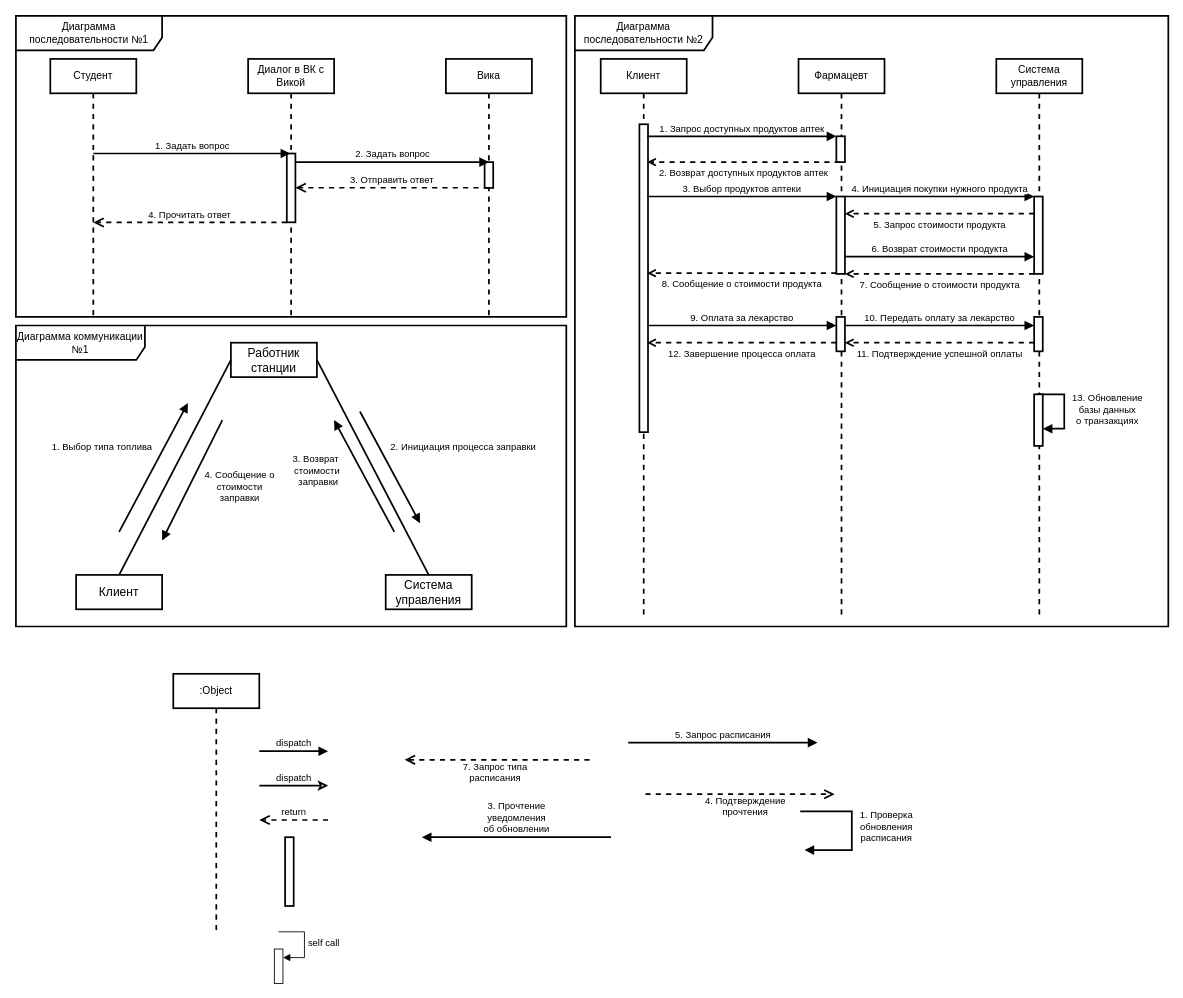
Above: page "Page-2" (2 of 3) of 1.drawio in Helpmepleaseitishard/Aikms (draw.io), before the change. Source tidied: cells renumbered, new cells numbered last; positions are measured from the earlier drawing's top-left corner, leaving out a move shared by most shapes. Both pictures are drawn from the tidied source at 86%, with x=0, y=0 at pixel (15, 15).
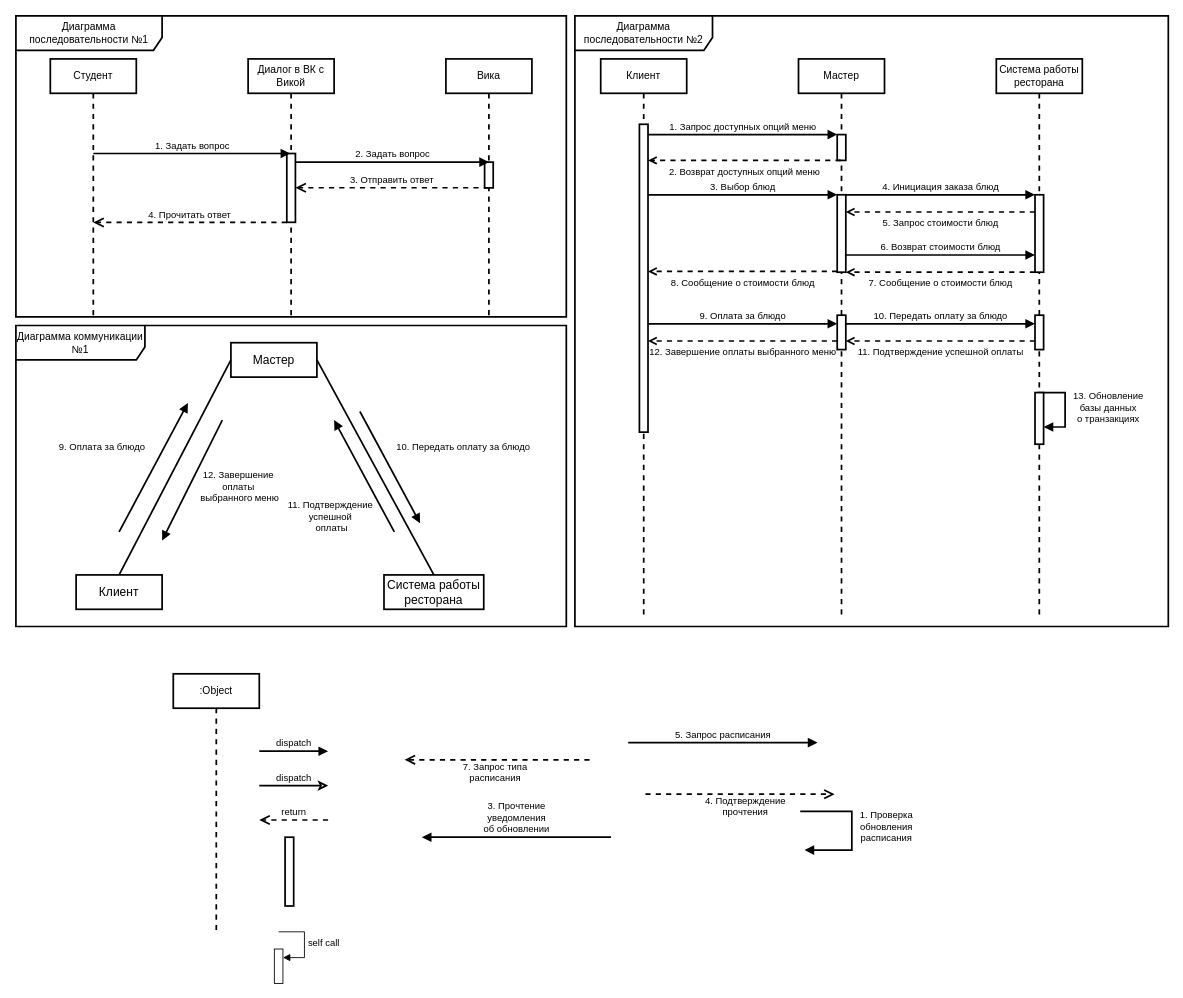
The same page after the edit.

Diff of the diagram source:
```diff
@@
+    <mxCell id="27" value="Система работы ресторана" style="shape=umlLifeline;perimeter=lifelinePerimeter;whiteSpace=wrap;html=1;newEdgeStyle={&quot;curved&quot;:0,&quot;rounded&quot;:0};strokeWidth=2;" parent="1" vertex="1">
+      <mxGeometry x="1140" y="50" width="100" height="650" as="geometry" />
+    </mxCell>
@@
-    <mxCell id="26" value="Фармацевт" style="shape=umlLifeline;perimeter=lifelinePerimeter;whiteSpace=wrap;html=1;newEdgeStyle={&quot;curved&quot;:0,&quot;rounded&quot;:0};strokeWidth=2;" parent="1" vertex="1">
+    <mxCell id="26" value="Мастер" style="shape=umlLifeline;perimeter=lifelinePerimeter;whiteSpace=wrap;html=1;newEdgeStyle={&quot;curved&quot;:0,&quot;rounded&quot;:0};strokeWidth=2;" parent="1" vertex="1">
       <mxGeometry x="910" y="50" width="100" height="650" as="geometry" />
     </mxCell>
-    <mxCell id="27" value="Система управления" style="shape=umlLifeline;perimeter=lifelinePerimeter;whiteSpace=wrap;html=1;newEdgeStyle={&quot;curved&quot;:0,&quot;rounded&quot;:0};strokeWidth=2;" parent="1" vertex="1">
-      <mxGeometry x="1140" y="50" width="100" height="650" as="geometry" />
-    </mxCell>
+    <mxCell id="58" style="html=1;perimeter=orthogonalPerimeter;targetShapes=umlLifeline;newEdgeStyle={&quot;curved&quot;:0,&quot;rounded&quot;:0};strokeWidth=2;" parent="26" vertex="1">
+      <mxGeometry x="45" y="88" width="10" height="30" as="geometry" />
+    </mxCell>
+    <mxCell id="40" value="13. Обновление &lt;br&gt;базы данных &lt;br&gt;о транзакциях" style="html=1;verticalAlign=bottom;endArrow=block;curved=0;rounded=0;strokeWidth=2;exitX=1;exitY=0;exitDx=0;exitDy=5;exitPerimeter=0;" parent="26" edge="1" source="59" target="59">
+      <mxGeometry x="0.51" y="-50" relative="1" as="geometry">
+        <Array as="points">
+          <mxPoint x="280" y="388" />
+          <mxPoint x="290" y="388" />
+          <mxPoint x="300" y="388" />
+          <mxPoint x="310" y="388" />
+          <mxPoint x="310" y="428" />
+        </Array>
+        <mxPoint x="50" y="50" as="offset" />
+      </mxGeometry>
+    </mxCell>
+    <mxCell id="59" style="html=1;points=[[0,0,0,0,5],[0,1,0,0,-5],[1,0,0,0,5],[1,1,0,0,-5]];perimeter=orthogonalPerimeter;outlineConnect=0;targetShapes=umlLifeline;portConstraint=eastwest;newEdgeStyle={&quot;curved&quot;:0,&quot;rounded&quot;:0};strokeWidth=2;" parent="26" vertex="1">
+      <mxGeometry x="275" y="388" width="10" height="60" as="geometry" />
+    </mxCell>
+    <mxCell id="60" style="html=1;points=[[0,0,0,0,5],[0,1,0,0,-5],[1,0,0,0,5],[1,1,0,0,-5]];perimeter=orthogonalPerimeter;outlineConnect=0;targetShapes=umlLifeline;portConstraint=eastwest;newEdgeStyle={&quot;curved&quot;:0,&quot;rounded&quot;:0};strokeWidth=2;" parent="26" vertex="1">
+      <mxGeometry x="45" y="298" width="10" height="40" as="geometry" />
+    </mxCell>
+    <mxCell id="61" style="html=1;points=[[0,0,0,0,5],[0,1,0,0,-5],[1,0,0,0,5],[1,1,0,0,-5]];perimeter=orthogonalPerimeter;outlineConnect=0;targetShapes=umlLifeline;portConstraint=eastwest;newEdgeStyle={&quot;curved&quot;:0,&quot;rounded&quot;:0};strokeWidth=2;" parent="26" vertex="1">
+      <mxGeometry x="275" y="298" width="10" height="40" as="geometry" />
+    </mxCell>
+    <mxCell id="62" value="9. Оплата за блюдо" style="html=1;verticalAlign=bottom;endArrow=block;curved=0;rounded=0;strokeWidth=2;" parent="26" edge="1" target="60">
+      <mxGeometry relative="1" as="geometry">
+        <mxPoint x="-175" y="308" as="sourcePoint" />
+        <Array as="points">
+          <mxPoint x="-70" y="308" />
+        </Array>
+      </mxGeometry>
+    </mxCell>
+    <mxCell id="45" value="11. Подтверждение успешной оплаты" style="html=1;verticalAlign=top;endArrow=open;curved=0;rounded=0;strokeWidth=2;dashed=1;endFill=0;" parent="26" edge="1">
+      <mxGeometry relative="1" as="geometry">
+        <mxPoint x="275" y="328" as="sourcePoint" />
+        <mxPoint x="55" y="328" as="targetPoint" />
+      </mxGeometry>
+    </mxCell>
+    <mxCell id="63" value="12. Завершение оплаты выбранного меню" style="html=1;verticalAlign=top;endArrow=open;curved=0;rounded=0;strokeWidth=2;dashed=1;endFill=0;" parent="26" edge="1" source="60">
+      <mxGeometry relative="1" as="geometry">
+        <mxPoint x="-175" y="328" as="targetPoint" />
+        <Array as="points">
+          <mxPoint x="-20" y="328" />
+        </Array>
+      </mxGeometry>
+    </mxCell>
+    <mxCell id="64" value="10. Передать оплату за блюдо" style="html=1;verticalAlign=bottom;endArrow=block;curved=0;rounded=0;strokeWidth=2;" parent="26" edge="1" source="60" target="61">
+      <mxGeometry relative="1" as="geometry">
+        <Array as="points">
+          <mxPoint x="155" y="308" />
+        </Array>
+      </mxGeometry>
+    </mxCell>
+    <mxCell id="65" style="html=1;points=[[0,0,0,0,5],[0,1,0,0,-5],[1,0,0,0,5],[1,1,0,0,-5]];perimeter=orthogonalPerimeter;outlineConnect=0;targetShapes=umlLifeline;portConstraint=eastwest;newEdgeStyle={&quot;curved&quot;:0,&quot;rounded&quot;:0};strokeWidth=2;" parent="26" vertex="1">
+      <mxGeometry x="45" y="158" width="10" height="90" as="geometry" />
+    </mxCell>
+    <mxCell id="66" style="html=1;points=[[0,0,0,0,5],[0,1,0,0,-5],[1,0,0,0,5],[1,1,0,0,-5]];perimeter=orthogonalPerimeter;outlineConnect=0;targetShapes=umlLifeline;portConstraint=eastwest;newEdgeStyle={&quot;curved&quot;:0,&quot;rounded&quot;:0};strokeWidth=2;" parent="26" vertex="1">
+      <mxGeometry x="275" y="158" width="10" height="90" as="geometry" />
+    </mxCell>
+    <mxCell id="67" value="5. Запрос стоимости блюд" style="html=1;verticalAlign=top;endArrow=open;curved=0;rounded=0;strokeWidth=2;dashed=1;endFill=0;" parent="26" edge="1" source="66" target="65">
+      <mxGeometry relative="1" as="geometry">
+        <Array as="points">
+          <mxPoint x="160" y="178" />
+        </Array>
+      </mxGeometry>
+    </mxCell>
+    <mxCell id="68" value="6. Возврат стоимости блюд" style="html=1;verticalAlign=bottom;endArrow=block;curved=0;rounded=0;strokeWidth=2;endFill=1;" parent="26" edge="1" source="65" target="66">
+      <mxGeometry relative="1" as="geometry">
+        <Array as="points">
+          <mxPoint x="160" y="228" />
+        </Array>
+      </mxGeometry>
+    </mxCell>
+    <mxCell id="69" value="7. Сообщение о стоимости блюд" style="html=1;verticalAlign=top;endArrow=open;curved=0;rounded=0;strokeWidth=2;dashed=1;endFill=0;" parent="26" edge="1" source="66" target="65">
+      <mxGeometry relative="1" as="geometry">
+        <Array as="points">
+          <mxPoint x="150" y="248" />
+        </Array>
+      </mxGeometry>
+    </mxCell>
+    <mxCell id="70" value="1. Запрос доступных опций меню" style="html=1;verticalAlign=bottom;endArrow=block;curved=0;rounded=0;strokeWidth=2;" parent="26" edge="1">
+      <mxGeometry relative="1" as="geometry">
+        <mxPoint x="-175" y="88" as="sourcePoint" />
+        <mxPoint x="45" y="88" as="targetPoint" />
+      </mxGeometry>
+    </mxCell>
+    <mxCell id="71" value="2. Возврат доступных опций меню" style="html=1;verticalAlign=top;endArrow=open;curved=0;rounded=0;strokeWidth=2;dashed=1;endFill=0;" parent="26" edge="1">
+      <mxGeometry relative="1" as="geometry">
+        <mxPoint x="49" y="118" as="sourcePoint" />
+        <mxPoint x="-175" y="118" as="targetPoint" />
+        <Array as="points">
+          <mxPoint x="-70" y="118" />
+        </Array>
+      </mxGeometry>
+    </mxCell>
+    <mxCell id="72" value="3. Выбор блюд" style="html=1;verticalAlign=bottom;endArrow=block;curved=0;rounded=0;strokeWidth=2;" parent="26" edge="1">
+      <mxGeometry relative="1" as="geometry">
+        <mxPoint x="-175" y="158" as="sourcePoint" />
+        <mxPoint x="45" y="158" as="targetPoint" />
+        <Array as="points">
+          <mxPoint x="-60" y="158" />
+        </Array>
+      </mxGeometry>
+    </mxCell>
+    <mxCell id="73" value="8. Сообщение о стоимости блюд" style="html=1;verticalAlign=top;endArrow=open;curved=0;rounded=0;strokeWidth=2;endFill=0;dashed=1;" parent="26" edge="1">
+      <mxGeometry relative="1" as="geometry">
+        <mxPoint x="45" y="247.1" as="sourcePoint" />
+        <mxPoint x="-175" y="247.1" as="targetPoint" />
+        <Array as="points">
+          <mxPoint x="-70" y="247.1" />
+        </Array>
+      </mxGeometry>
+    </mxCell>
+    <mxCell id="74" value="4. Инициация заказа блюд" style="html=1;verticalAlign=bottom;endArrow=block;curved=0;rounded=0;strokeWidth=2;" parent="26" edge="1">
+      <mxGeometry relative="1" as="geometry">
+        <mxPoint x="55" y="158" as="sourcePoint" />
+        <mxPoint x="275" y="158" as="targetPoint" />
+        <Array as="points">
+          <mxPoint x="160" y="158" />
+        </Array>
+      </mxGeometry>
+    </mxCell>
@@
-    <mxCell id="30" value="Работник станции" style="html=1;whiteSpace=wrap;strokeWidth=2;fontSize=14;" parent="1" vertex="1">
+    <mxCell id="30" value="Мастер" style="html=1;whiteSpace=wrap;strokeWidth=2;fontSize=14;" parent="1" vertex="1">
       <mxGeometry x="250" y="380" width="100" height="40" as="geometry" />
     </mxCell>
-    <mxCell id="31" value="Система управления" style="html=1;whiteSpace=wrap;strokeWidth=2;fontSize=14;" parent="1" vertex="1">
-      <mxGeometry x="430" y="650" width="100" height="40" as="geometry" />
+    <mxCell id="31" value="Система работы ресторана" style="html=1;whiteSpace=wrap;strokeWidth=2;fontSize=14;" parent="1" vertex="1">
+      <mxGeometry x="428" y="650" width="116" height="40" as="geometry" />
     </mxCell>
@@
-    <mxCell id="34" value="1. Выбор типа топлива" style="html=1;verticalAlign=bottom;endArrow=block;curved=0;rounded=0;strokeWidth=2;startFill=0;exitX=0.5;exitY=0;exitDx=0;exitDy=0;endFill=1;" parent="1" edge="1">
+    <mxCell id="34" value="9. Оплата за блюдо" style="html=1;verticalAlign=bottom;endArrow=block;curved=0;rounded=0;strokeWidth=2;startFill=0;exitX=0.5;exitY=0;exitDx=0;exitDy=0;endFill=1;" parent="1" edge="1">
       <mxGeometry x="-0.18" y="60" relative="1" as="geometry">
         <mxPoint x="120" y="600" as="sourcePoint" />
         <mxPoint x="200" y="450" as="targetPoint" />
       </mxGeometry>
     </mxCell>
-    <mxCell id="35" value="2. Инициация процесса заправки" style="html=1;verticalAlign=bottom;endArrow=block;curved=0;rounded=0;strokeWidth=2;startFill=0;exitX=0.5;exitY=0;exitDx=0;exitDy=0;endFill=1;" parent="1" edge="1">
+    <mxCell id="35" value="10. Передать оплату за блюдо" style="html=1;verticalAlign=bottom;endArrow=block;curved=0;rounded=0;strokeWidth=2;startFill=0;exitX=0.5;exitY=0;exitDx=0;exitDy=0;endFill=1;" parent="1" edge="1">
       <mxGeometry x="0.37" y="82" relative="1" as="geometry">
         <mxPoint x="400" y="460" as="sourcePoint" />
         <mxPoint x="470" y="590" as="targetPoint" />
       </mxGeometry>
     </mxCell>
-    <mxCell id="36" value="&lt;div&gt;3. Возврат&amp;nbsp;&lt;/div&gt;&lt;div&gt;стоимости&lt;/div&gt;&lt;div&gt;&amp;nbsp;заправки&lt;/div&gt;" style="html=1;verticalAlign=bottom;endArrow=block;curved=0;rounded=0;strokeWidth=2;startFill=0;endFill=1;" parent="1" edge="1">
-      <mxGeometry x="0.17" y="56" relative="1" as="geometry">
+    <mxCell id="36" value="&lt;div&gt;11. Подтверждение&amp;nbsp;&lt;/div&gt;&lt;div&gt;успешной&amp;nbsp;&lt;/div&gt;&lt;div&gt;оплаты&lt;/div&gt;" style="html=1;verticalAlign=bottom;endArrow=block;curved=0;rounded=0;strokeWidth=2;startFill=0;endFill=1;" parent="1" edge="1">
+      <mxGeometry x="-0.59" y="67" relative="1" as="geometry">
         <mxPoint x="440" y="600" as="sourcePoint" />
         <mxPoint x="370" y="470" as="targetPoint" />
       </mxGeometry>
     </mxCell>
-    <mxCell id="37" value="&lt;div&gt;4. Сообщение о&lt;/div&gt;&lt;div&gt;&amp;nbsp;стоимости&amp;nbsp;&lt;/div&gt;&lt;div&gt;заправки&lt;/div&gt;" style="html=1;verticalAlign=bottom;endArrow=block;curved=0;rounded=0;strokeWidth=2;startFill=0;endFill=1;" parent="1" edge="1">
+    <mxCell id="37" value="&lt;div&gt;12. Завершение&amp;nbsp;&lt;/div&gt;&lt;div&gt;оплаты&amp;nbsp;&lt;/div&gt;&lt;div&gt;выбранного меню&lt;/div&gt;" style="html=1;verticalAlign=bottom;endArrow=block;curved=0;rounded=0;strokeWidth=2;startFill=0;endFill=1;" parent="1" edge="1">
       <mxGeometry x="0.03" y="63" relative="1" as="geometry">
         <mxPoint x="240" y="470" as="sourcePoint" />
         <mxPoint x="170" y="610" as="targetPoint" />
         <mxPoint y="-1" as="offset" />
       </mxGeometry>
     </mxCell>
@@
-    <mxCell id="39" style="html=1;perimeter=orthogonalPerimeter;targetShapes=umlLifeline;newEdgeStyle={&quot;curved&quot;:0,&quot;rounded&quot;:0};strokeWidth=2;" parent="1" vertex="1">
-      <mxGeometry x="954" y="140" width="10" height="30" as="geometry" />
-    </mxCell>
-    <mxCell id="40" value="13. Обновление &lt;br&gt;базы данных &lt;br&gt;о транзакциях" style="html=1;verticalAlign=bottom;endArrow=block;curved=0;rounded=0;strokeWidth=2;exitX=1;exitY=0;exitDx=0;exitDy=5;exitPerimeter=0;" parent="1" edge="1" source="41" target="41">
-      <mxGeometry x="0.51" y="-50" relative="1" as="geometry">
-        <Array as="points">
-          <mxPoint x="1189" y="440" />
-          <mxPoint x="1199" y="440" />
-          <mxPoint x="1209" y="440" />
-          <mxPoint x="1219" y="440" />
-          <mxPoint x="1219" y="480" />
-        </Array>
-        <mxPoint x="50" y="50" as="offset" />
-      </mxGeometry>
-    </mxCell>
-    <mxCell id="41" style="html=1;points=[[0,0,0,0,5],[0,1,0,0,-5],[1,0,0,0,5],[1,1,0,0,-5]];perimeter=orthogonalPerimeter;outlineConnect=0;targetShapes=umlLifeline;portConstraint=eastwest;newEdgeStyle={&quot;curved&quot;:0,&quot;rounded&quot;:0};strokeWidth=2;" parent="1" vertex="1">
-      <mxGeometry x="1184" y="440" width="10" height="60" as="geometry" />
-    </mxCell>
-    <mxCell id="42" style="html=1;points=[[0,0,0,0,5],[0,1,0,0,-5],[1,0,0,0,5],[1,1,0,0,-5]];perimeter=orthogonalPerimeter;outlineConnect=0;targetShapes=umlLifeline;portConstraint=eastwest;newEdgeStyle={&quot;curved&quot;:0,&quot;rounded&quot;:0};strokeWidth=2;" parent="1" vertex="1">
-      <mxGeometry x="954" y="350" width="10" height="40" as="geometry" />
-    </mxCell>
-    <mxCell id="43" style="html=1;points=[[0,0,0,0,5],[0,1,0,0,-5],[1,0,0,0,5],[1,1,0,0,-5]];perimeter=orthogonalPerimeter;outlineConnect=0;targetShapes=umlLifeline;portConstraint=eastwest;newEdgeStyle={&quot;curved&quot;:0,&quot;rounded&quot;:0};strokeWidth=2;" parent="1" vertex="1">
-      <mxGeometry x="1184" y="350" width="10" height="40" as="geometry" />
-    </mxCell>
-    <mxCell id="44" value="9. Оплата за лекарство" style="html=1;verticalAlign=bottom;endArrow=block;curved=0;rounded=0;strokeWidth=2;" parent="1" edge="1" target="42">
-      <mxGeometry relative="1" as="geometry">
-        <mxPoint x="734" y="360" as="sourcePoint" />
-        <Array as="points">
-          <mxPoint x="839" y="360" />
-        </Array>
-      </mxGeometry>
-    </mxCell>
-    <mxCell id="45" value="11. Подтверждение успешной оплаты" style="html=1;verticalAlign=top;endArrow=open;curved=0;rounded=0;strokeWidth=2;dashed=1;endFill=0;" parent="1" edge="1">
-      <mxGeometry relative="1" as="geometry">
-        <mxPoint x="1184" y="380" as="sourcePoint" />
-        <mxPoint x="964" y="380" as="targetPoint" />
-      </mxGeometry>
-    </mxCell>
-    <mxCell id="46" value="12. Завершение процесса оплата" style="html=1;verticalAlign=top;endArrow=open;curved=0;rounded=0;strokeWidth=2;dashed=1;endFill=0;" parent="1" edge="1" source="42">
-      <mxGeometry relative="1" as="geometry">
-        <mxPoint x="734" y="380" as="targetPoint" />
-        <Array as="points">
-          <mxPoint x="889" y="380" />
-        </Array>
-      </mxGeometry>
-    </mxCell>
-    <mxCell id="47" value="10. Передать оплату за лекарство" style="html=1;verticalAlign=bottom;endArrow=block;curved=0;rounded=0;strokeWidth=2;" parent="1" edge="1" source="42" target="43">
-      <mxGeometry relative="1" as="geometry">
-        <Array as="points">
-          <mxPoint x="1064" y="360" />
-        </Array>
-      </mxGeometry>
-    </mxCell>
-    <mxCell id="48" style="html=1;points=[[0,0,0,0,5],[0,1,0,0,-5],[1,0,0,0,5],[1,1,0,0,-5]];perimeter=orthogonalPerimeter;outlineConnect=0;targetShapes=umlLifeline;portConstraint=eastwest;newEdgeStyle={&quot;curved&quot;:0,&quot;rounded&quot;:0};strokeWidth=2;" parent="1" vertex="1">
-      <mxGeometry x="954" y="210" width="10" height="90" as="geometry" />
-    </mxCell>
-    <mxCell id="49" style="html=1;points=[[0,0,0,0,5],[0,1,0,0,-5],[1,0,0,0,5],[1,1,0,0,-5]];perimeter=orthogonalPerimeter;outlineConnect=0;targetShapes=umlLifeline;portConstraint=eastwest;newEdgeStyle={&quot;curved&quot;:0,&quot;rounded&quot;:0};strokeWidth=2;" parent="1" vertex="1">
-      <mxGeometry x="1184" y="210" width="10" height="90" as="geometry" />
-    </mxCell>
-    <mxCell id="50" value="5. Запрос стоимости продукта" style="html=1;verticalAlign=top;endArrow=open;curved=0;rounded=0;strokeWidth=2;dashed=1;endFill=0;" parent="1" edge="1" source="49" target="48">
-      <mxGeometry relative="1" as="geometry">
-        <Array as="points">
-          <mxPoint x="1069" y="230" />
-        </Array>
-      </mxGeometry>
-    </mxCell>
-    <mxCell id="51" value="6. Возврат стоимости продукта" style="html=1;verticalAlign=bottom;endArrow=block;curved=0;rounded=0;strokeWidth=2;endFill=1;" parent="1" edge="1" source="48" target="49">
-      <mxGeometry relative="1" as="geometry">
-        <Array as="points">
-          <mxPoint x="1069" y="280" />
-        </Array>
-      </mxGeometry>
-    </mxCell>
-    <mxCell id="52" value="7. Сообщение о стоимости продукта" style="html=1;verticalAlign=top;endArrow=open;curved=0;rounded=0;strokeWidth=2;dashed=1;endFill=0;" parent="1" edge="1" source="49" target="48">
-      <mxGeometry relative="1" as="geometry">
-        <Array as="points">
-          <mxPoint x="1059" y="300" />
-        </Array>
-      </mxGeometry>
-    </mxCell>
-    <mxCell id="53" value="1. Запрос доступных продуктов аптек" style="html=1;verticalAlign=bottom;endArrow=block;curved=0;rounded=0;strokeWidth=2;" parent="1" edge="1">
-      <mxGeometry relative="1" as="geometry">
-        <mxPoint x="734" y="140" as="sourcePoint" />
-        <mxPoint x="954" y="140" as="targetPoint" />
-      </mxGeometry>
-    </mxCell>
-    <mxCell id="54" value="2. Возврат доступных продуктов аптек" style="html=1;verticalAlign=top;endArrow=open;curved=0;rounded=0;strokeWidth=2;dashed=1;endFill=0;" parent="1" edge="1">
-      <mxGeometry relative="1" as="geometry">
-        <mxPoint x="958" y="170" as="sourcePoint" />
-        <mxPoint x="734" y="170" as="targetPoint" />
-        <Array as="points">
-          <mxPoint x="839" y="170" />
-        </Array>
-      </mxGeometry>
-    </mxCell>
-    <mxCell id="55" value="3. Выбор продуктов аптеки" style="html=1;verticalAlign=bottom;endArrow=block;curved=0;rounded=0;strokeWidth=2;" parent="1" edge="1">
-      <mxGeometry relative="1" as="geometry">
-        <mxPoint x="734" y="210" as="sourcePoint" />
-        <mxPoint x="954" y="210" as="targetPoint" />
-        <Array as="points">
-          <mxPoint x="849" y="210" />
-        </Array>
-      </mxGeometry>
-    </mxCell>
-    <mxCell id="56" value="8. Сообщение о стоимости продукта" style="html=1;verticalAlign=top;endArrow=open;curved=0;rounded=0;strokeWidth=2;endFill=0;dashed=1;" parent="1" edge="1">
-      <mxGeometry relative="1" as="geometry">
-        <mxPoint x="954" y="299.1" as="sourcePoint" />
-        <mxPoint x="734" y="299.1" as="targetPoint" />
-        <Array as="points">
-          <mxPoint x="839" y="299.1" />
-        </Array>
-      </mxGeometry>
-    </mxCell>
-    <mxCell id="57" value="4. Инициация покупки нужного продукта" style="html=1;verticalAlign=bottom;endArrow=block;curved=0;rounded=0;strokeWidth=2;" parent="1" edge="1">
-      <mxGeometry relative="1" as="geometry">
-        <mxPoint x="964" y="210" as="sourcePoint" />
-        <mxPoint x="1184" y="210" as="targetPoint" />
-        <Array as="points">
-          <mxPoint x="1069" y="210" />
-        </Array>
-      </mxGeometry>
-    </mxCell>
```
